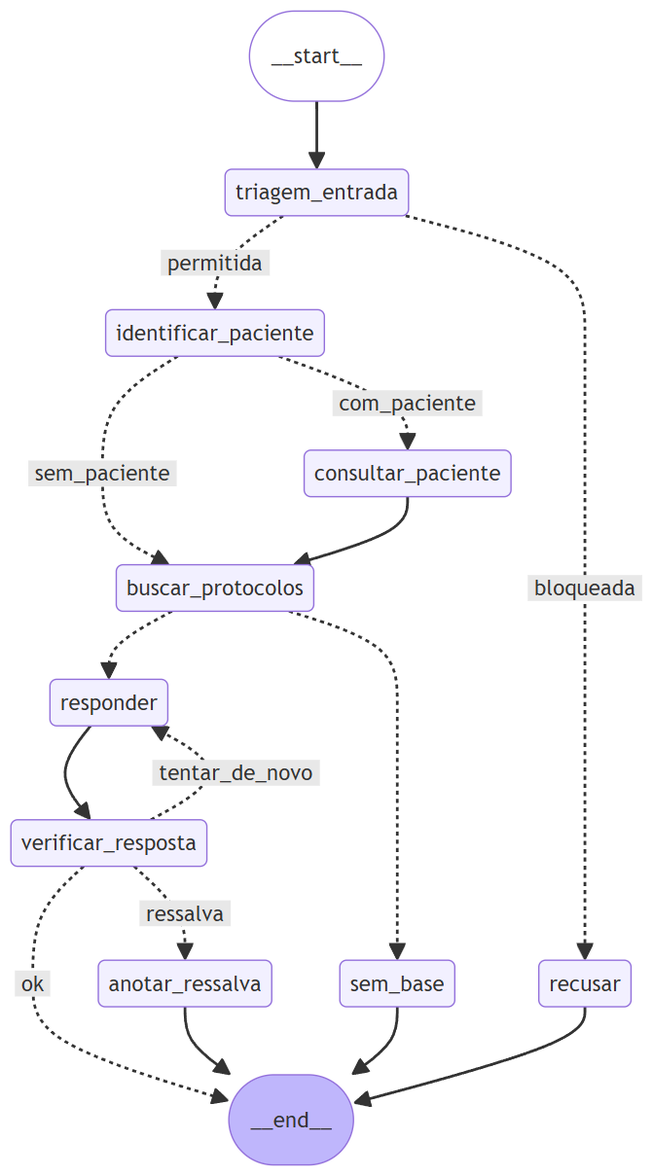
The Mermaid diagram docs/diagramas/fluxo_pergunta.png in GTerra07/tech-challenge-fase-03, before a commit. Its source is kept beside it as docs/diagramas/fluxo_pergunta.mmd. Source of this version:
```mermaid
graph TD;
	__start__([<p>__start__</p>]):::first
	triagem_entrada(triagem_entrada)
	recusar(recusar)
	identificar_paciente(identificar_paciente)
	consultar_paciente(consultar_paciente)
	buscar_protocolos(buscar_protocolos)
	sem_base(sem_base)
	responder(responder)
	verificar_resposta(verificar_resposta)
	anotar_ressalva(anotar_ressalva)
	__end__([<p>__end__</p>]):::last
	__start__ --> triagem_entrada;
	buscar_protocolos -.-> responder;
	buscar_protocolos -.-> sem_base;
	consultar_paciente --> buscar_protocolos;
	identificar_paciente -. &nbsp;sem_paciente&nbsp; .-> buscar_protocolos;
	identificar_paciente -. &nbsp;com_paciente&nbsp; .-> consultar_paciente;
	responder --> verificar_resposta;
	triagem_entrada -. &nbsp;permitida&nbsp; .-> identificar_paciente;
	triagem_entrada -. &nbsp;bloqueada&nbsp; .-> recusar;
	verificar_resposta -. &nbsp;ok&nbsp; .-> __end__;
	verificar_resposta -. &nbsp;ressalva&nbsp; .-> anotar_ressalva;
	verificar_resposta -. &nbsp;tentar_de_novo&nbsp; .-> responder;
	anotar_ressalva --> __end__;
	recusar --> __end__;
	sem_base --> __end__;
	classDef default fill:#f2f0ff,line-height:1.2
	classDef first fill-opacity:0
	classDef last fill:#bfb6fc
```
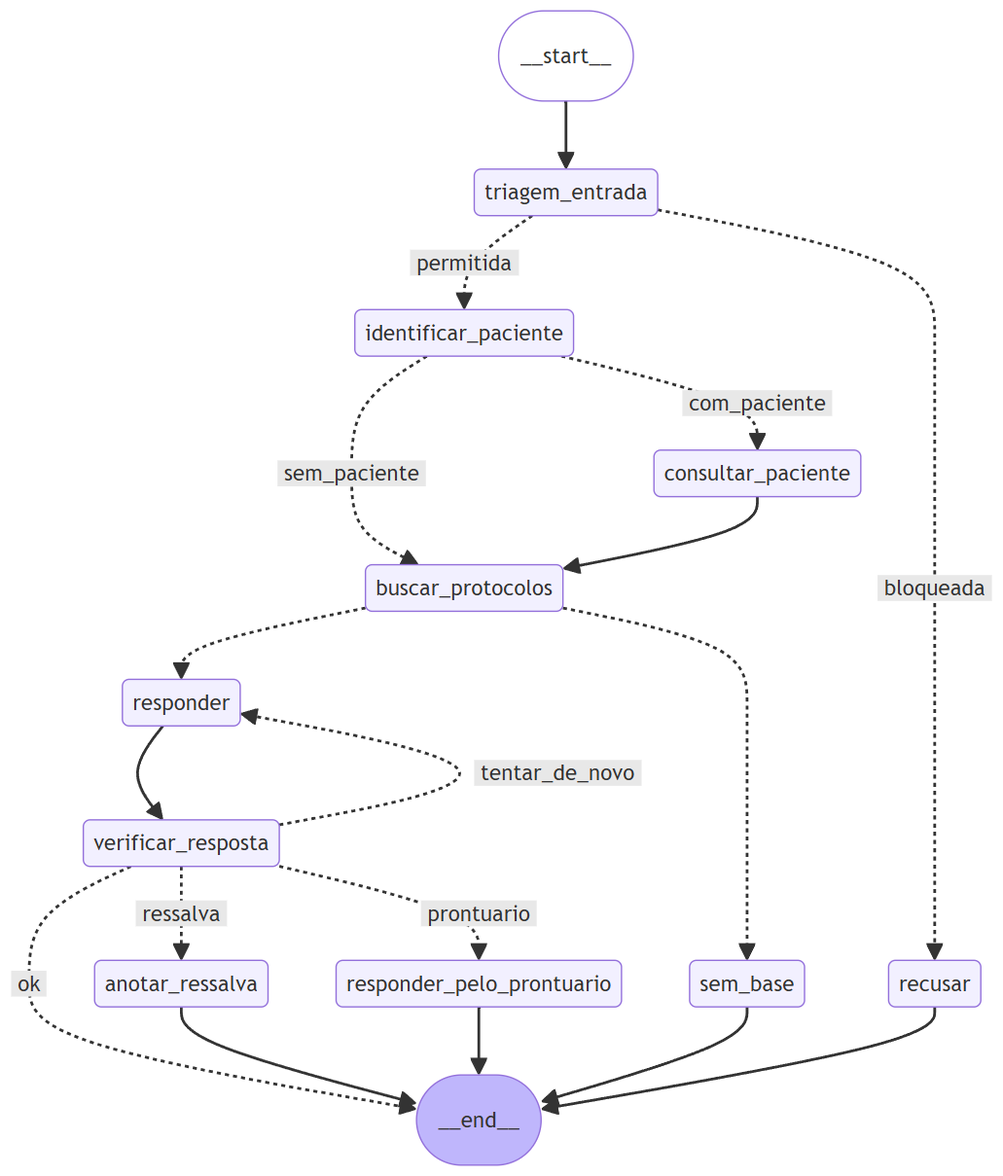
The same file after the commit.

What changed in the source:
```diff
@@ -9,6 +9,7 @@
 	responder(responder)
 	verificar_resposta(verificar_resposta)
 	anotar_ressalva(anotar_ressalva)
+	responder_pelo_prontuario(responder_pelo_prontuario)
 	__end__([<p>__end__</p>]):::last
 	__start__ --> triagem_entrada;
 	buscar_protocolos -.-> responder;
@@ -22,8 +23,10 @@
 	verificar_resposta -. &nbsp;ok&nbsp; .-> __end__;
 	verificar_resposta -. &nbsp;ressalva&nbsp; .-> anotar_ressalva;
 	verificar_resposta -. &nbsp;tentar_de_novo&nbsp; .-> responder;
+	verificar_resposta -. &nbsp;prontuario&nbsp; .-> responder_pelo_prontuario;
 	anotar_ressalva --> __end__;
 	recusar --> __end__;
+	responder_pelo_prontuario --> __end__;
 	sem_base --> __end__;
 	classDef default fill:#f2f0ff,line-height:1.2
 	classDef first fill-opacity:0
```
